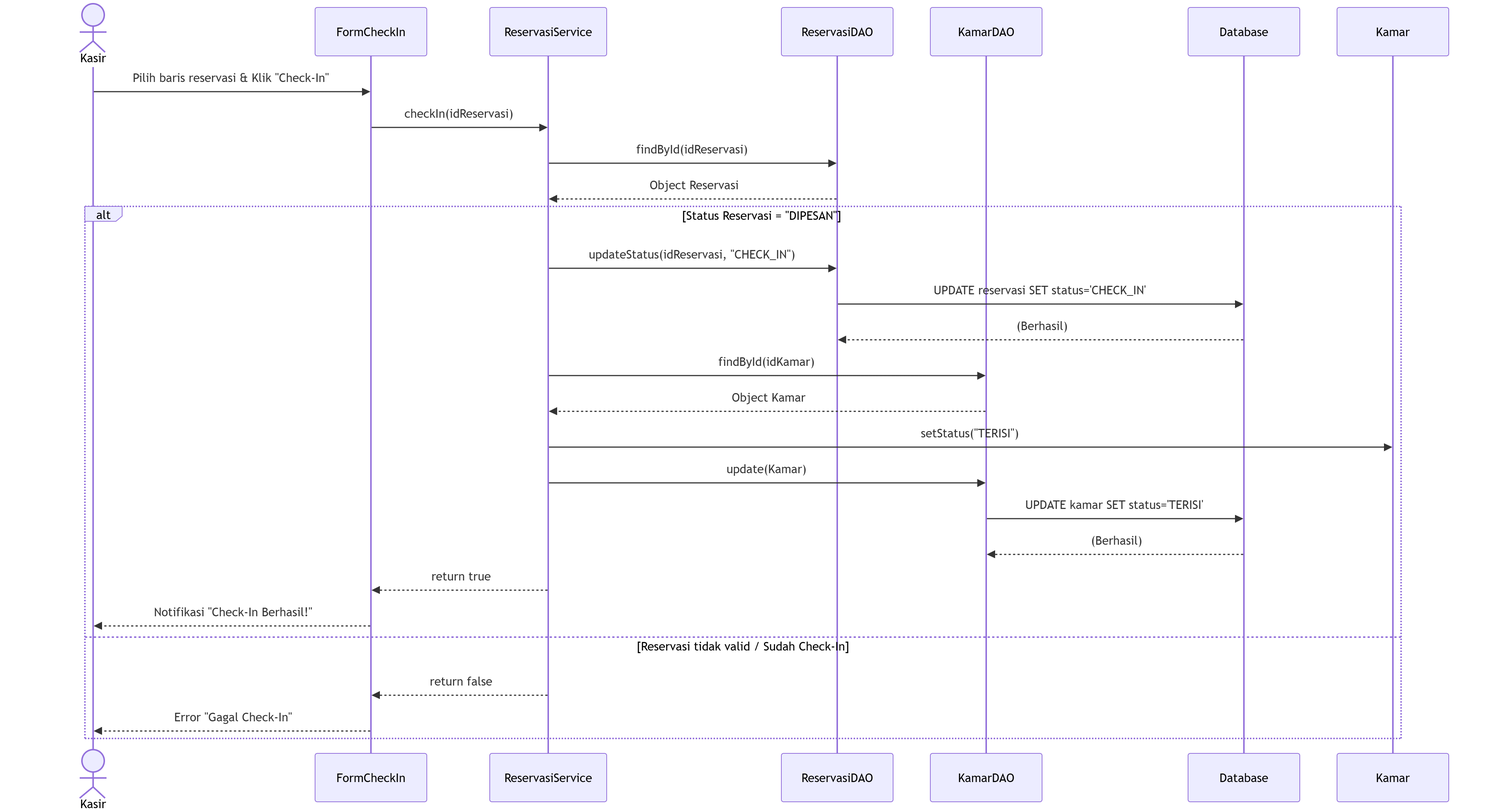
Earlier version of the Mermaid export UML_Diagrams/sequence.png (Rynfrl/HotelReservation). Its source is kept beside it as UML_Diagrams/sequence.mmd. The source it was exported from:
```mermaid
sequenceDiagram
    actor Kasir
    participant FormCheckIn
    participant ReservasiService
    participant ReservasiDAO
    participant KamarDAO
    participant Database

    Kasir->>FormCheckIn: Pilih baris reservasi & Klik "Check-In"
    FormCheckIn->>ReservasiService: checkIn(idReservasi)

    ReservasiService->>ReservasiDAO: findById(idReservasi)
    ReservasiDAO-->>ReservasiService: Object Reservasi

    alt Status Reservasi = "DIPESAN"
        ReservasiService->>ReservasiDAO: updateStatus(idReservasi, "CHECK_IN")
        ReservasiDAO->>Database: UPDATE reservasi SET status='CHECK_IN'
        Database-->>ReservasiDAO: (Berhasil)

        ReservasiService->>KamarDAO: findById(idKamar)
        KamarDAO-->>ReservasiService: Object Kamar

        ReservasiService->>Kamar: setStatus("TERISI")
        ReservasiService->>KamarDAO: update(Kamar)
        KamarDAO->>Database: UPDATE kamar SET status='TERISI'
        Database-->>KamarDAO: (Berhasil)

        ReservasiService-->>FormCheckIn: return true
        FormCheckIn-->>Kasir: Notifikasi "Check-In Berhasil!"
    else Reservasi tidak valid / Sudah Check-In
        ReservasiService-->>FormCheckIn: return false
        FormCheckIn-->>Kasir: Error "Gagal Check-In"
    end
```
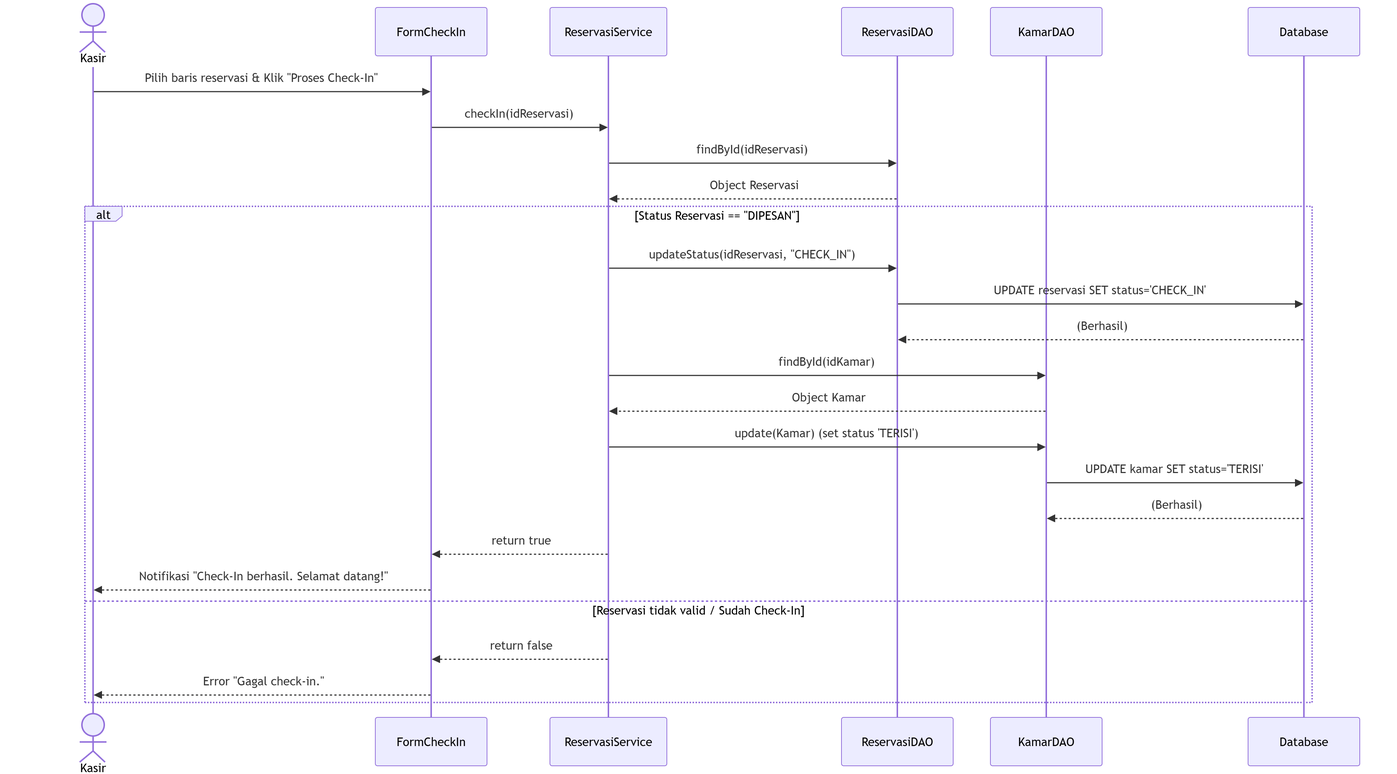
Later version of the same file.

Diff of the diagram source:
```diff
@@ -6,13 +6,13 @@
     participant KamarDAO
     participant Database
 
-    Kasir->>FormCheckIn: Pilih baris reservasi & Klik "Check-In"
+    Kasir->>FormCheckIn: Pilih baris reservasi & Klik "Proses Check-In"
     FormCheckIn->>ReservasiService: checkIn(idReservasi)
 
     ReservasiService->>ReservasiDAO: findById(idReservasi)
     ReservasiDAO-->>ReservasiService: Object Reservasi
 
-    alt Status Reservasi = "DIPESAN"
+    alt Status Reservasi == "DIPESAN"
         ReservasiService->>ReservasiDAO: updateStatus(idReservasi, "CHECK_IN")
         ReservasiDAO->>Database: UPDATE reservasi SET status='CHECK_IN'
         Database-->>ReservasiDAO: (Berhasil)
@@ -20,14 +20,13 @@
         ReservasiService->>KamarDAO: findById(idKamar)
         KamarDAO-->>ReservasiService: Object Kamar
 
-        ReservasiService->>Kamar: setStatus("TERISI")
-        ReservasiService->>KamarDAO: update(Kamar)
+        ReservasiService->>KamarDAO: update(Kamar) (set status 'TERISI')
         KamarDAO->>Database: UPDATE kamar SET status='TERISI'
         Database-->>KamarDAO: (Berhasil)
 
         ReservasiService-->>FormCheckIn: return true
-        FormCheckIn-->>Kasir: Notifikasi "Check-In Berhasil!"
+        FormCheckIn-->>Kasir: Notifikasi "Check-In berhasil. Selamat datang!"
     else Reservasi tidak valid / Sudah Check-In
         ReservasiService-->>FormCheckIn: return false
-        FormCheckIn-->>Kasir: Error "Gagal Check-In"
+        FormCheckIn-->>Kasir: Error "Gagal check-in."
     end
```
